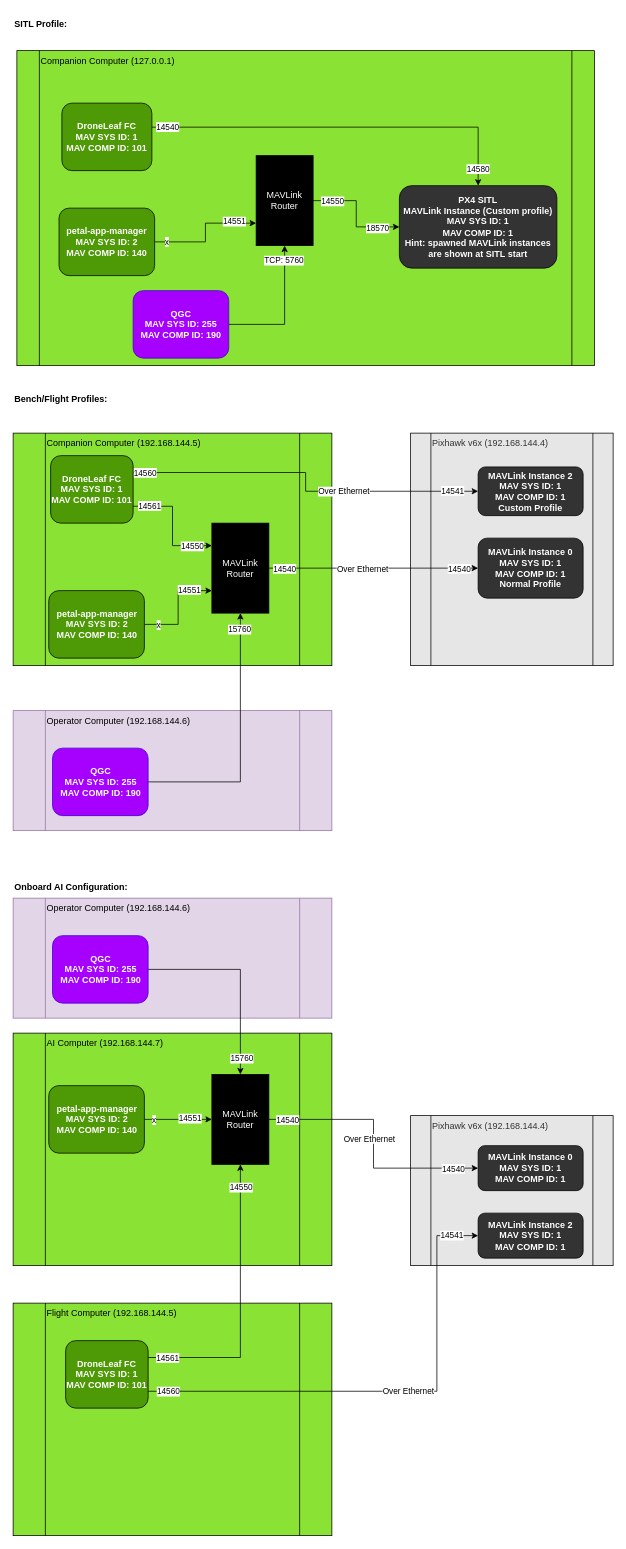
Before: Guide/External Software/MAVLink/mavlink_arch.drawio in DroneLeaf/HEAR_wiki, a draw.io diagram. Source tidied: cells renumbered, new cells numbered last; positions are measured from the earlier drawing's top-left corner, leaving out a move shared by most shapes. Both pictures are drawn from the tidied source at 75%, with x=0, y=0 at pixel (13, 13).
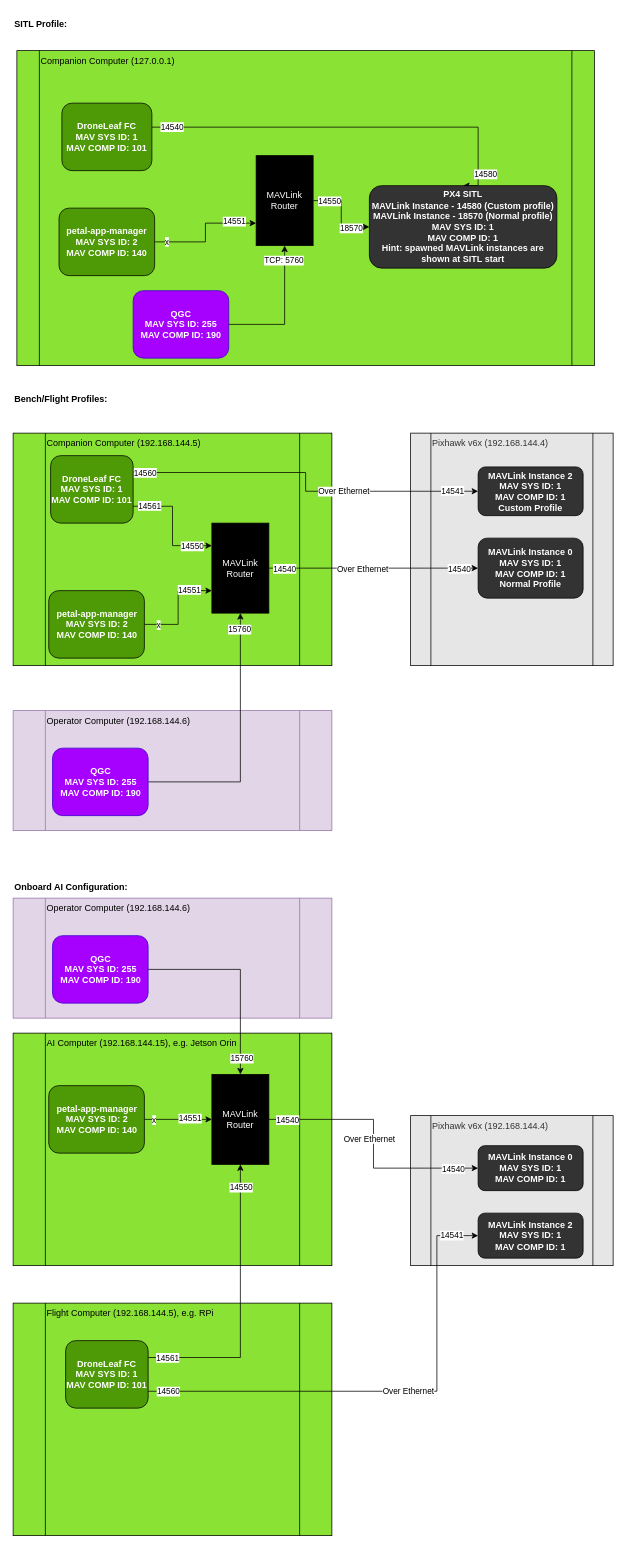
After the change.

Commit message (it also covers changes not shown here):
Update MAVLink architecture diagrams and enhance storage data model documentation

The edit, as a diff of the source:
```diff
@@
-    <mxCell id="3" value="Flight Computer (192.168.144.5)" style="shape=process;whiteSpace=wrap;html=1;backgroundOutline=1;align=left;verticalAlign=top;fillColor=#8AE234;" parent="1" vertex="1">
+    <mxCell id="3" value="Flight Computer (192.168.144.5), e.g. RPi" style="shape=process;whiteSpace=wrap;html=1;backgroundOutline=1;align=left;verticalAlign=top;fillColor=#8AE234;" parent="1" vertex="1">
       <mxGeometry y="1720" width="425" height="310" as="geometry" />
     </mxCell>
@@
-    <mxCell id="32" value="&lt;div&gt;PX4 SITL&lt;/div&gt;MAVLink Instance (Custom profile)&lt;div&gt;MAV SYS ID: 1&lt;div&gt;MAV COMP ID: 1&lt;br&gt;Hint: spawned MAVLink instances are shown at SITL start&lt;/div&gt;&lt;/div&gt;" style="rounded=1;whiteSpace=wrap;html=1;fontStyle=1;fontColor=#FFFFFF;fillColor=#333333;" parent="1" vertex="1">
-      <mxGeometry x="515" y="230" width="210" height="110" as="geometry" />
+    <mxCell id="32" value="&lt;div&gt;PX4 SITL&lt;/div&gt;MAVLink Instance - 14580 (Custom profile)&lt;div&gt;MAVLink Instance - 18570 (Normal profile)&lt;/div&gt;&lt;div&gt;MAV SYS ID: 1&lt;div&gt;MAV COMP ID: 1&lt;br&gt;Hint: spawned MAVLink instances are shown at SITL start&lt;/div&gt;&lt;/div&gt;" style="rounded=1;whiteSpace=wrap;html=1;fontStyle=1;fontColor=#FFFFFF;fillColor=#333333;" parent="1" vertex="1">
+      <mxGeometry x="475" y="230" width="250" height="110" as="geometry" />
     </mxCell>
@@
-    <mxCell id="45" value="AI Computer (192.168.144.7)" style="shape=process;whiteSpace=wrap;html=1;backgroundOutline=1;align=left;verticalAlign=top;fillColor=#8AE234;" parent="1" vertex="1">
+    <mxCell id="45" value="AI Computer (192.168.144.15), e.g. Jetson Orin" style="shape=process;whiteSpace=wrap;html=1;backgroundOutline=1;align=left;verticalAlign=top;fillColor=#8AE234;" parent="1" vertex="1">
       <mxGeometry y="1360" width="425" height="310" as="geometry" />
     </mxCell>
```
